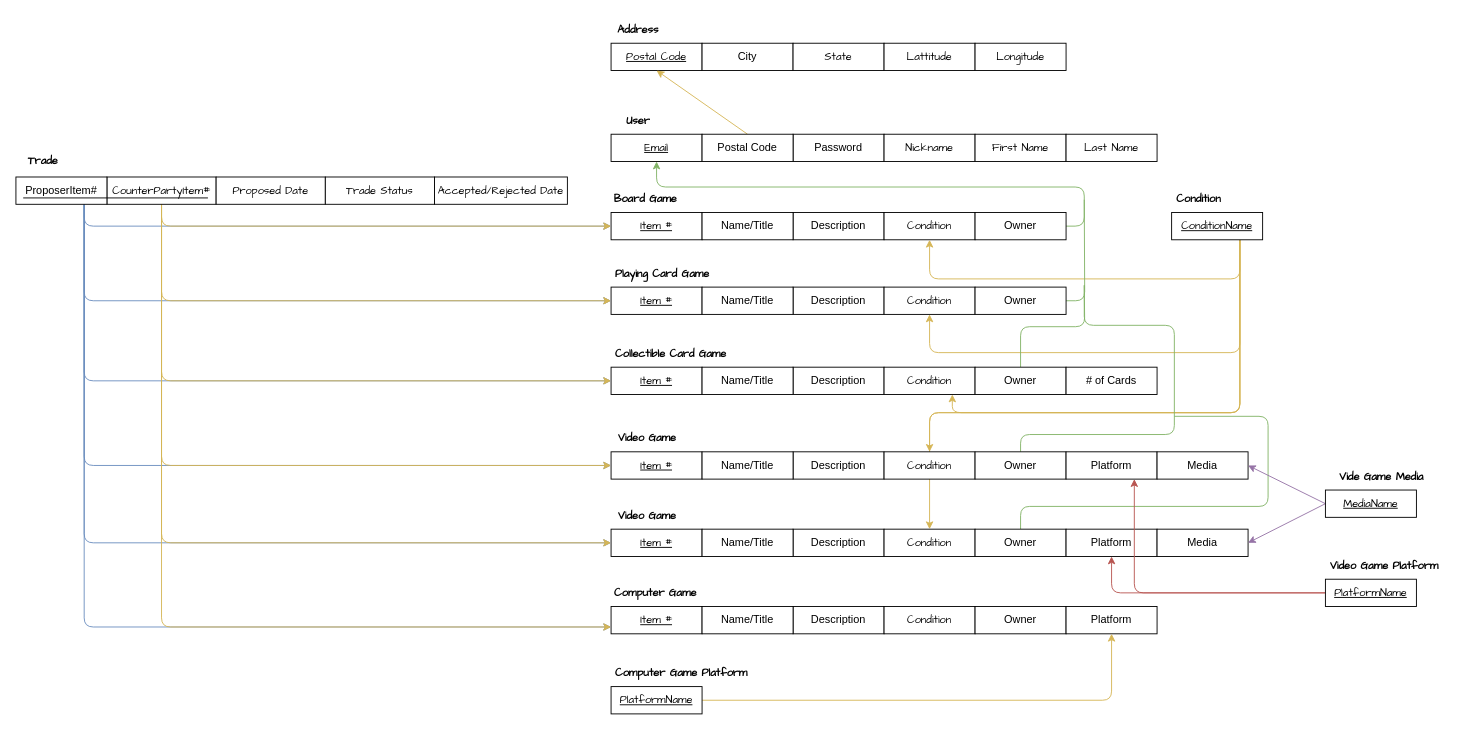
Before: Phase_2/eer2rel.drawio in guanch1984/game-exchange-app, a draw.io diagram. Source tidied: cells renumbered, new cells numbered last; positions are measured from the earlier drawing's top-left corner, leaving out a move shared by most shapes. Both pictures are drawn from the tidied source at 91%, with x=0, y=0 at pixel (15, 15).
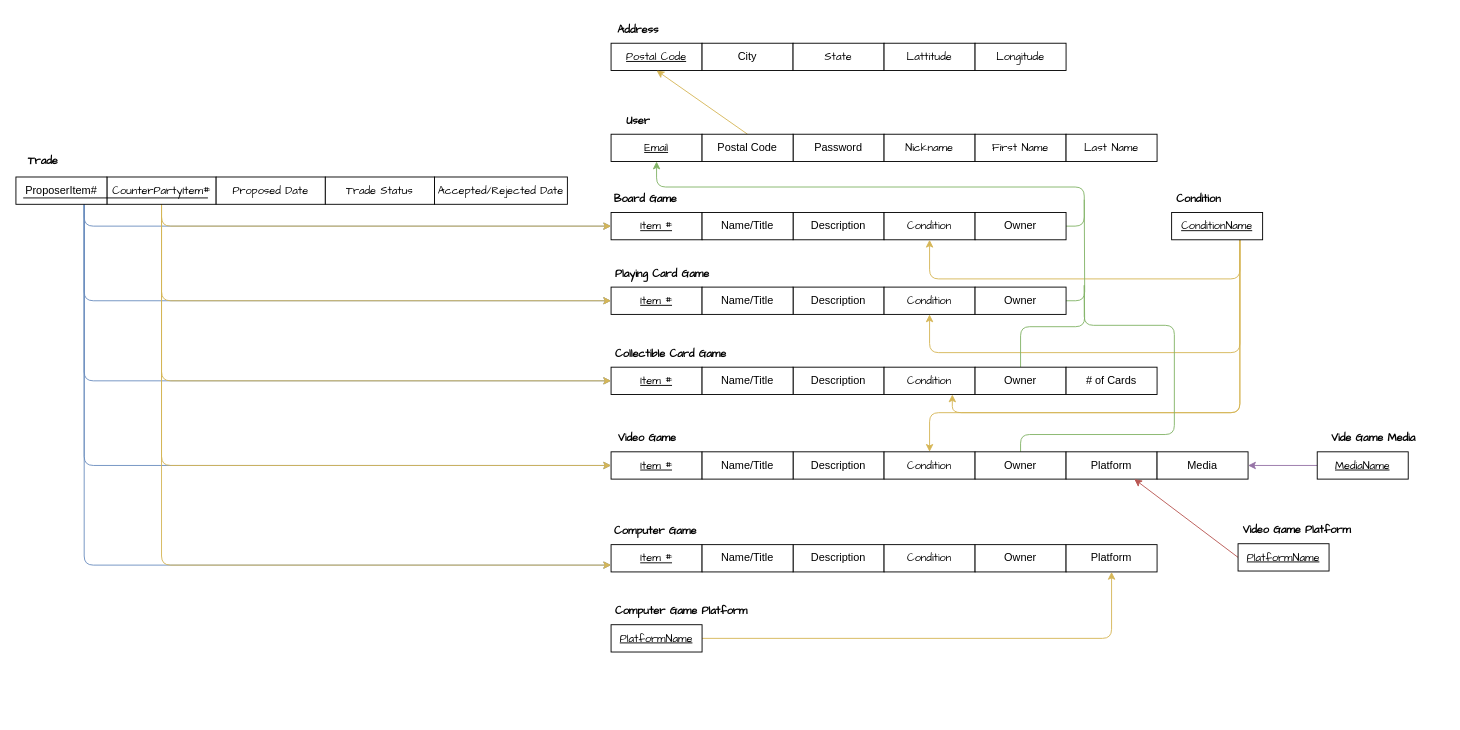
Above is the later version.

Commit message (it also covers changes not shown here):
corrected eer2rel

Unchanged cells that the change refers to:
```xml
<mxCell id="28" value="&lt;u&gt;&lt;font face=&quot;Comic Sans MS&quot;&gt;ConditionName&lt;/font&gt;&lt;/u&gt;" style="rounded=0;whiteSpace=wrap;html=1;" parent="1" vertex="1">
  <mxGeometry x="1270" y="216" width="100" height="30" as="geometry" />
</mxCell>
<mxCell id="53" value="Platform" style="rounded=0;whiteSpace=wrap;html=1;" parent="1" vertex="1">
  <mxGeometry x="1154" y="479" width="100" height="30" as="geometry" />
</mxCell>
<mxCell id="94" value="&lt;font face=&quot;Comic Sans MS&quot;&gt;CounterPartyItem#&lt;/font&gt;" style="rounded=0;whiteSpace=wrap;html=1;" parent="1" vertex="1">
  <mxGeometry x="100" y="177" width="120" height="30" as="geometry" />
</mxCell>
<mxCell id="99" value="ProposerItem#" style="rounded=0;whiteSpace=wrap;html=1;" parent="1" vertex="1">
  <mxGeometry y="177" width="100" height="30" as="geometry" />
</mxCell>
```

The edit, as a diff of the source:
```diff
@@
-    <mxCell id="27" style="edgeStyle=orthogonalEdgeStyle;jettySize=auto;html=1;exitX=0.75;exitY=1;exitDx=0;exitDy=0;entryX=0.5;entryY=0;entryDx=0;entryDy=0;fontFamily=Comic Sans MS;fillColor=#fff2cc;strokeColor=#d6b656;rounded=1;" parent="1" edge="1" source="28" target="57">
-      <mxGeometry relative="1" as="geometry">
-        <Array as="points">
-          <mxPoint x="1345" y="436" />
-          <mxPoint x="1004" y="436" />
-        </Array>
-      </mxGeometry>
-    </mxCell>
@@
-    <mxCell id="55" value="&lt;u&gt;&lt;font face=&quot;Comic Sans MS&quot;&gt;Item #&lt;/font&gt;&lt;/u&gt;" style="rounded=0;whiteSpace=wrap;html=1;" parent="1" vertex="1">
-      <mxGeometry x="654" y="564" width="100" height="30" as="geometry" />
-    </mxCell>
-    <mxCell id="56" value="Description" style="rounded=0;whiteSpace=wrap;html=1;" parent="1" vertex="1">
-      <mxGeometry x="854" y="564" width="100" height="30" as="geometry" />
-    </mxCell>
-    <mxCell id="57" value="&lt;font face=&quot;Comic Sans MS&quot;&gt;Condition&lt;/font&gt;" style="rounded=0;whiteSpace=wrap;html=1;" parent="1" vertex="1">
-      <mxGeometry x="954" y="564" width="100" height="30" as="geometry" />
-    </mxCell>
-    <mxCell id="58" style="edgeStyle=orthogonalEdgeStyle;jettySize=auto;html=1;exitX=0.5;exitY=0;exitDx=0;exitDy=0;fontFamily=Comic Sans MS;endArrow=none;endFill=0;fillColor=#d5e8d4;strokeColor=#82b366;" parent="1" edge="1" source="59">
-      <mxGeometry relative="1" as="geometry">
-        <mxPoint x="1273" y="440" as="targetPoint" />
-        <Array as="points">
-          <mxPoint x="1104" y="539" />
-          <mxPoint x="1376" y="539" />
-          <mxPoint x="1376" y="440" />
-        </Array>
-      </mxGeometry>
-    </mxCell>
-    <mxCell id="59" value="Owner" style="rounded=0;whiteSpace=wrap;html=1;" parent="1" vertex="1">
-      <mxGeometry x="1054" y="564" width="100" height="30" as="geometry" />
-    </mxCell>
-    <mxCell id="60" value="&lt;font face=&quot;Comic Sans MS&quot;&gt;&lt;b&gt;Video Game&lt;/b&gt;&lt;/font&gt;" style="text;html=1;strokeColor=none;fillColor=none;align=center;verticalAlign=middle;whiteSpace=wrap;rounded=0;" parent="1" vertex="1">
-      <mxGeometry x="654" y="534" width="80" height="30" as="geometry" />
-    </mxCell>
-    <mxCell id="61" value="Name/Title" style="rounded=0;whiteSpace=wrap;html=1;" parent="1" vertex="1">
-      <mxGeometry x="754" y="564" width="100" height="30" as="geometry" />
-    </mxCell>
-    <mxCell id="62" value="Platform" style="rounded=0;whiteSpace=wrap;html=1;" parent="1" vertex="1">
-      <mxGeometry x="1154" y="564" width="100" height="30" as="geometry" />
-    </mxCell>
-    <mxCell id="63" value="Media" style="rounded=0;whiteSpace=wrap;html=1;" parent="1" vertex="1">
-      <mxGeometry x="1254" y="564" width="100" height="30" as="geometry" />
-    </mxCell>
-    <mxCell id="64" style="jettySize=auto;html=1;exitX=0;exitY=0.5;exitDx=0;exitDy=0;fontFamily=Comic Sans MS;entryX=0.75;entryY=1;entryDx=0;entryDy=0;edgeStyle=orthogonalEdgeStyle;fillColor=#f8cecc;strokeColor=#b85450;rounded=1;" parent="1" edge="1" source="66" target="53">
+    <mxCell id="64" style="jettySize=auto;html=1;exitX=0;exitY=0.5;exitDx=0;exitDy=0;fontFamily=Comic Sans MS;entryX=0.75;entryY=1;entryDx=0;entryDy=0;fillColor=#f8cecc;strokeColor=#b85450;rounded=1;" parent="1" edge="1" source="66" target="53">
       <mxGeometry relative="1" as="geometry" />
     </mxCell>
-    <mxCell id="65" style="edgeStyle=orthogonalEdgeStyle;jettySize=auto;html=1;exitX=0;exitY=0.5;exitDx=0;exitDy=0;entryX=0.5;entryY=1;entryDx=0;entryDy=0;fontFamily=Comic Sans MS;fillColor=#f8cecc;strokeColor=#b85450;rounded=1;" parent="1" edge="1" source="66" target="62">
-      <mxGeometry relative="1" as="geometry" />
-    </mxCell>
     <mxCell id="66" value="&lt;u&gt;&lt;font face=&quot;Comic Sans MS&quot;&gt;PlatformName&lt;/font&gt;&lt;/u&gt;" style="rounded=0;whiteSpace=wrap;html=1;" parent="1" vertex="1">
-      <mxGeometry x="1439" y="619" width="100" height="30" as="geometry" />
+      <mxGeometry x="1343" y="580" width="100" height="30" as="geometry" />
     </mxCell>
     <mxCell id="67" value="&lt;font face=&quot;Comic Sans MS&quot;&gt;&lt;b&gt;Video Game Platform&lt;/b&gt;&lt;/font&gt;" style="text;html=1;strokeColor=none;fillColor=none;align=center;verticalAlign=middle;whiteSpace=wrap;rounded=0;" parent="1" vertex="1">
-      <mxGeometry x="1439" y="589" width="130" height="30" as="geometry" />
+      <mxGeometry x="1343" y="550" width="130" height="30" as="geometry" />
     </mxCell>
@@
-    <mxCell id="69" style="rounded=0;jettySize=auto;html=1;entryX=1;entryY=0.5;entryDx=0;entryDy=0;fontFamily=Comic Sans MS;fillColor=#e1d5e7;strokeColor=#9673a6;exitX=0;exitY=0.5;exitDx=0;exitDy=0;" parent="1" edge="1" source="70" target="63">
-      <mxGeometry relative="1" as="geometry" />
-    </mxCell>
     <mxCell id="70" value="&lt;u&gt;&lt;font face=&quot;Comic Sans MS&quot;&gt;MediaName&lt;/font&gt;&lt;/u&gt;" style="rounded=0;whiteSpace=wrap;html=1;" parent="1" vertex="1">
-      <mxGeometry x="1439" y="521" width="100" height="30" as="geometry" />
+      <mxGeometry x="1430" y="479" width="100" height="30" as="geometry" />
     </mxCell>
     <mxCell id="71" value="&lt;font face=&quot;Comic Sans MS&quot;&gt;&lt;b&gt;Vide Game Media&lt;/b&gt;&lt;/font&gt;" style="text;html=1;strokeColor=none;fillColor=none;align=center;verticalAlign=middle;whiteSpace=wrap;rounded=0;" parent="1" vertex="1">
-      <mxGeometry x="1439" y="491" width="124" height="30" as="geometry" />
+      <mxGeometry x="1430" y="449" width="124" height="30" as="geometry" />
     </mxCell>
     <mxCell id="72" value="&lt;u&gt;&lt;font face=&quot;Comic Sans MS&quot;&gt;Item #&lt;/font&gt;&lt;/u&gt;" style="rounded=0;whiteSpace=wrap;html=1;" parent="1" vertex="1">
-      <mxGeometry x="654" y="649" width="100" height="30" as="geometry" />
+      <mxGeometry x="654" y="581" width="100" height="30" as="geometry" />
     </mxCell>
     <mxCell id="73" value="Description" style="rounded=0;whiteSpace=wrap;html=1;" parent="1" vertex="1">
-      <mxGeometry x="854" y="649" width="100" height="30" as="geometry" />
+      <mxGeometry x="854" y="581" width="100" height="30" as="geometry" />
     </mxCell>
     <mxCell id="74" value="&lt;font face=&quot;Comic Sans MS&quot;&gt;Condition&lt;/font&gt;" style="rounded=0;whiteSpace=wrap;html=1;" parent="1" vertex="1">
-      <mxGeometry x="954" y="649" width="100" height="30" as="geometry" />
+      <mxGeometry x="954" y="581" width="100" height="30" as="geometry" />
     </mxCell>
     <mxCell id="75" value="Owner" style="rounded=0;whiteSpace=wrap;html=1;" parent="1" vertex="1">
-      <mxGeometry x="1054" y="649" width="100" height="30" as="geometry" />
+      <mxGeometry x="1054" y="581" width="100" height="30" as="geometry" />
     </mxCell>
     <mxCell id="76" value="&lt;font face=&quot;Comic Sans MS&quot;&gt;&lt;b&gt;Computer Game&lt;/b&gt;&lt;/font&gt;" style="text;html=1;strokeColor=none;fillColor=none;align=center;verticalAlign=middle;whiteSpace=wrap;rounded=0;" parent="1" vertex="1">
-      <mxGeometry x="654" y="619" width="98" height="30" as="geometry" />
+      <mxGeometry x="654" y="551" width="98" height="30" as="geometry" />
     </mxCell>
     <mxCell id="77" value="Name/Title" style="rounded=0;whiteSpace=wrap;html=1;" parent="1" vertex="1">
-      <mxGeometry x="754" y="649" width="100" height="30" as="geometry" />
+      <mxGeometry x="754" y="581" width="100" height="30" as="geometry" />
     </mxCell>
     <mxCell id="78" value="Platform" style="rounded=0;whiteSpace=wrap;html=1;" parent="1" vertex="1">
-      <mxGeometry x="1154" y="649" width="100" height="30" as="geometry" />
+      <mxGeometry x="1154" y="581" width="100" height="30" as="geometry" />
     </mxCell>
@@
     <mxCell id="80" value="&lt;u&gt;&lt;font face=&quot;Comic Sans MS&quot;&gt;PlatformName&lt;/font&gt;&lt;/u&gt;" style="rounded=0;whiteSpace=wrap;html=1;" parent="1" vertex="1">
-      <mxGeometry x="654" y="737" width="100" height="30" as="geometry" />
+      <mxGeometry x="654" y="669" width="100" height="30" as="geometry" />
     </mxCell>
     <mxCell id="81" value="&lt;font face=&quot;Comic Sans MS&quot;&gt;&lt;b&gt;Computer Game Platform&lt;/b&gt;&lt;/font&gt;" style="text;html=1;strokeColor=none;fillColor=none;align=center;verticalAlign=middle;whiteSpace=wrap;rounded=0;" parent="1" vertex="1">
-      <mxGeometry x="654" y="707" width="155" height="30" as="geometry" />
+      <mxGeometry x="654" y="639" width="155" height="30" as="geometry" />
     </mxCell>
@@
-    <mxCell id="86" style="edgeStyle=orthogonalEdgeStyle;jettySize=auto;html=1;exitX=0.75;exitY=1;exitDx=0;exitDy=0;entryX=0;entryY=0.5;entryDx=0;entryDy=0;fontFamily=Comic Sans MS;fillColor=#dae8fc;strokeColor=#6c8ebf;rounded=1;" parent="1" edge="1" source="99" target="55">
-      <mxGeometry relative="1" as="geometry" />
-    </mxCell>
@@
-    <mxCell id="92" style="edgeStyle=orthogonalEdgeStyle;jettySize=auto;html=1;exitX=0.5;exitY=1;exitDx=0;exitDy=0;entryX=0;entryY=0.5;entryDx=0;entryDy=0;fontFamily=Comic Sans MS;fillColor=#fff2cc;strokeColor=#d6b656;rounded=1;" parent="1" edge="1" source="94" target="55">
-      <mxGeometry relative="1" as="geometry" />
-    </mxCell>
```
